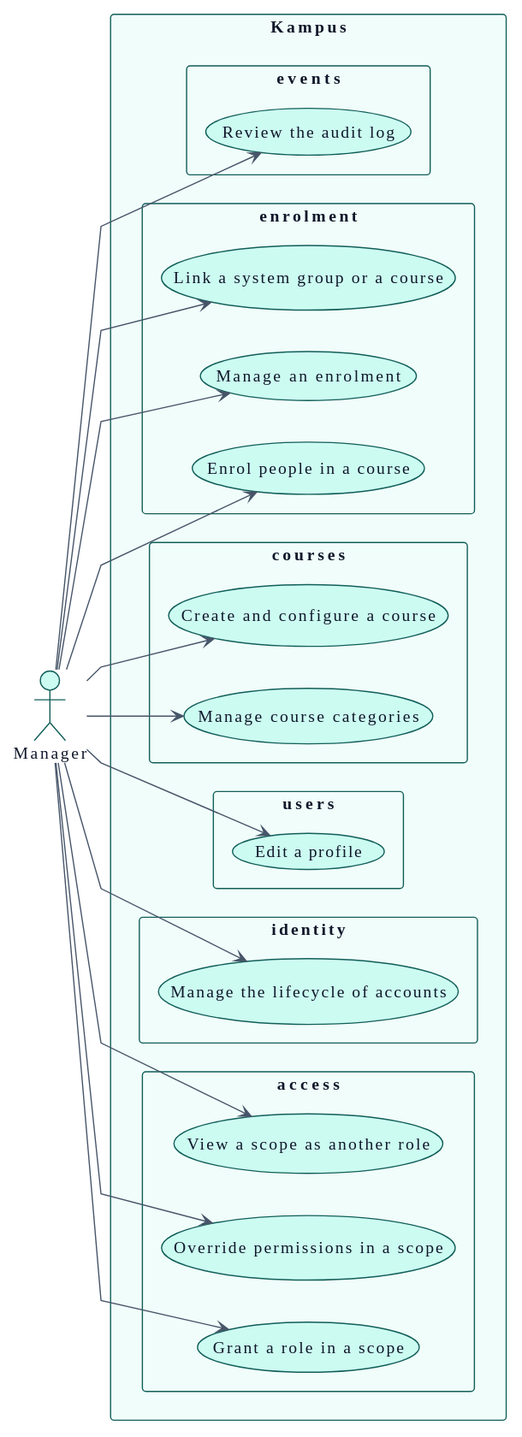
Earlier version of the PlantUML export docs/01-requirements/use-cases-manager.svg (didactika/kampus).
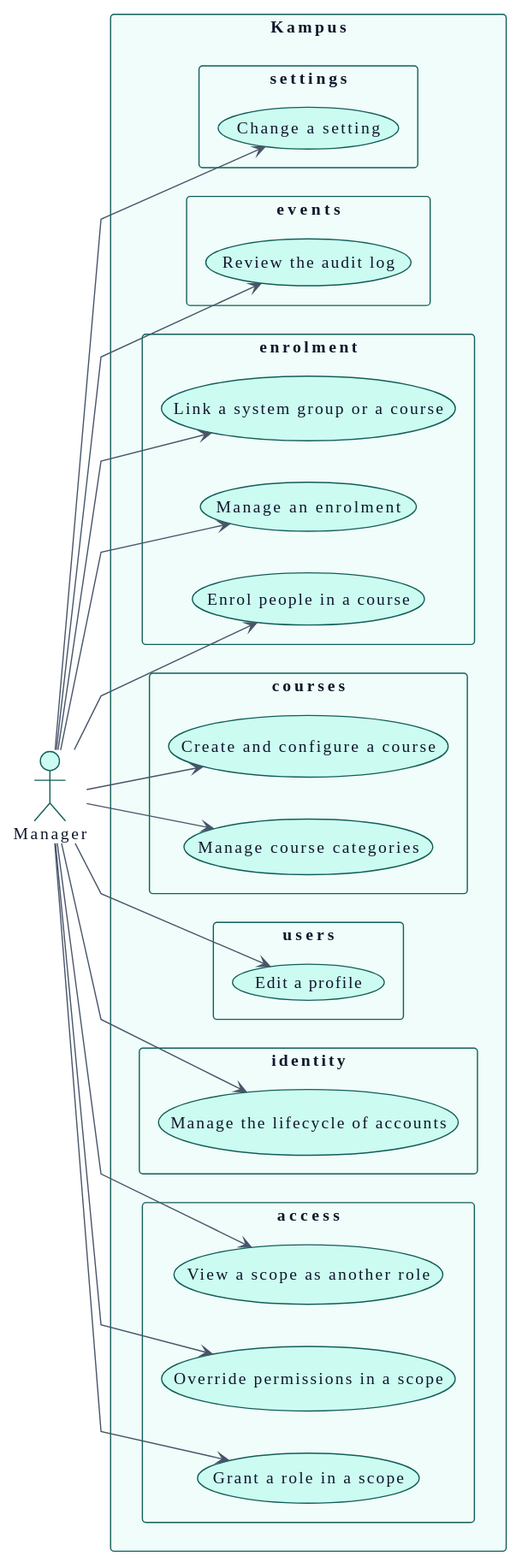
Above is the later version.

What changed in the source:
```diff
@@ -132,6 +132,9 @@
   package "events" {
     usecase "Review the audit log" as UC_reviewAuditLog
   }
+  package "settings" {
+    usecase "Change a setting" as UC_changeSetting
+  }
 }
 
 A_Manager --> UC_grantRole
@@ -145,4 +148,5 @@
 A_Manager --> UC_manageEnrolment
 A_Manager --> UC_linkEnrolmentSource
 A_Manager --> UC_reviewAuditLog
+A_Manager --> UC_changeSetting
 @enduml
```
